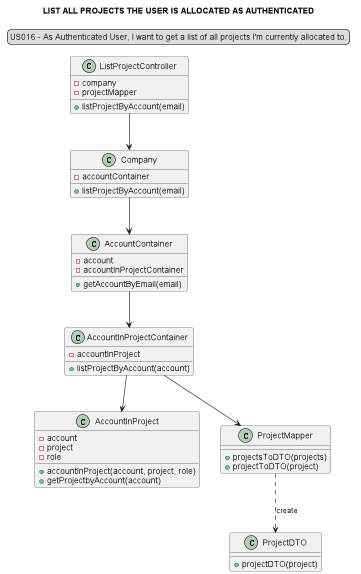
Before: docs/modelling_design/user_stories/sprint02/us016/US016_classDiagram-LIST_ALL_PROJECTS_THE_USER_IS_ALLOCATED_AS_AUTHENTICATED.png, a diagram exported from PlantUML (Loracline/project_switch_22-23).
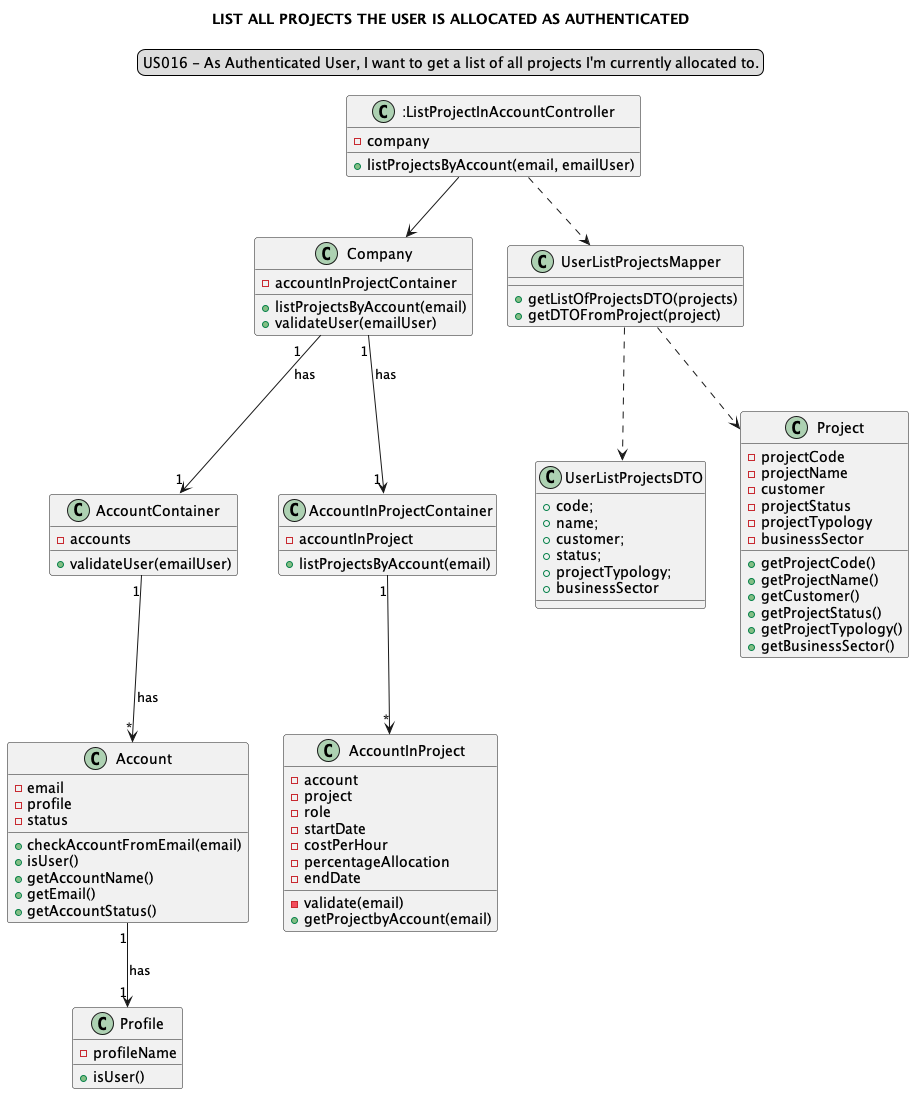
Later version of the same file.

Diff of the diagram source:
```diff
@@ -6,49 +6,93 @@
 skinparam sequenceMessageAlign center
 title LIST ALL PROJECTS THE USER IS ALLOCATED AS AUTHENTICATED
 
-class "ListProjectController" {
+class ":ListProjectInAccountController" {
 - company
-- projectMapper
-+ listProjectByAccount(email)
++ listProjectsByAccount(email, emailUser)
 }
 class "Company" {
-- accountContainer
-+ listProjectByAccount(email)
+- accountInProjectContainer
++ listProjectsByAccount(email)
++validateUser(emailUser)
 }
-class "AccountContainer"{
-- account
-- accountInProjectContainer
-+ getAccountByEmail(email)
 
+class "AccountContainer" {
+-accounts
++validateUser(emailUser)
 }
+
+class "Account" {
+-email
+-profile
+-status
++checkAccountFromEmail(email)
++isUser()
++getAccountName()
++getEmail()
++getAccountStatus()
+}
+
+class "Profile"{
+-profileName
++isUser()
+}
+
+
 class "AccountInProjectContainer"{
 - accountInProject
-+ listProjectByAccount(account)
++ listProjectsByAccount(email)
 }
 
 class "AccountInProject"{
-- account
-- project
+-account
+-project
 -role
-+ accountInProject(account, project, role)
-+ getProjectbyAccount(account)
+-startDate
+-costPerHour
+-percentageAllocation
+-endDate
+-validate(email)
++ getProjectbyAccount(email)
 }
 
-class "ProjectMapper"{
-+projectsToDTO(projects)
-+projectToDTO(project)
+class "UserListProjectsMapper"{
++getListOfProjectsDTO(projects)
++getDTOFromProject(project)
 }
 
-class "ProjectDTO"{
-+projectDTO(project)
+class "UserListProjectsDTO"{
++code;
++name;
++customer;
++status;
++projectTypology;
++businessSector
 }
 
-"ListProjectController"-->"Company"
-"Company"-->"AccountContainer"
-"AccountContainer"--> "AccountInProjectContainer"
-"AccountInProjectContainer"--> "AccountInProject"
-"AccountInProjectContainer"--> "ProjectMapper"
-"ProjectMapper"..> "ProjectDTO" : create
+class "Project"{
+-projectCode
+-projectName
+-customer
+-projectStatus
+-projectTypology
+-businessSector
++getProjectCode()
++getProjectName()
++getCustomer()
++getProjectStatus()
++getProjectTypology()
++getBusinessSector()
+}
+"UserListProjectsMapper" ..> "Project"
+":ListProjectInAccountController"-->"Company"
+"Company" "1"--> "     1""AccountInProjectContainer": has
+"Company" "1   " --> "     1" "AccountContainer": has
+"AccountInProjectContainer" "1"--> "*" "AccountInProject"
+"AccountContainer" "1" --> "*" "Account": has
+"Account" "1" --> "1""Profile": has
+":ListProjectInAccountController"..> "UserListProjectsMapper"
+"UserListProjectsMapper"..> "UserListProjectsDTO"
+
 
 
 @enduml
```
